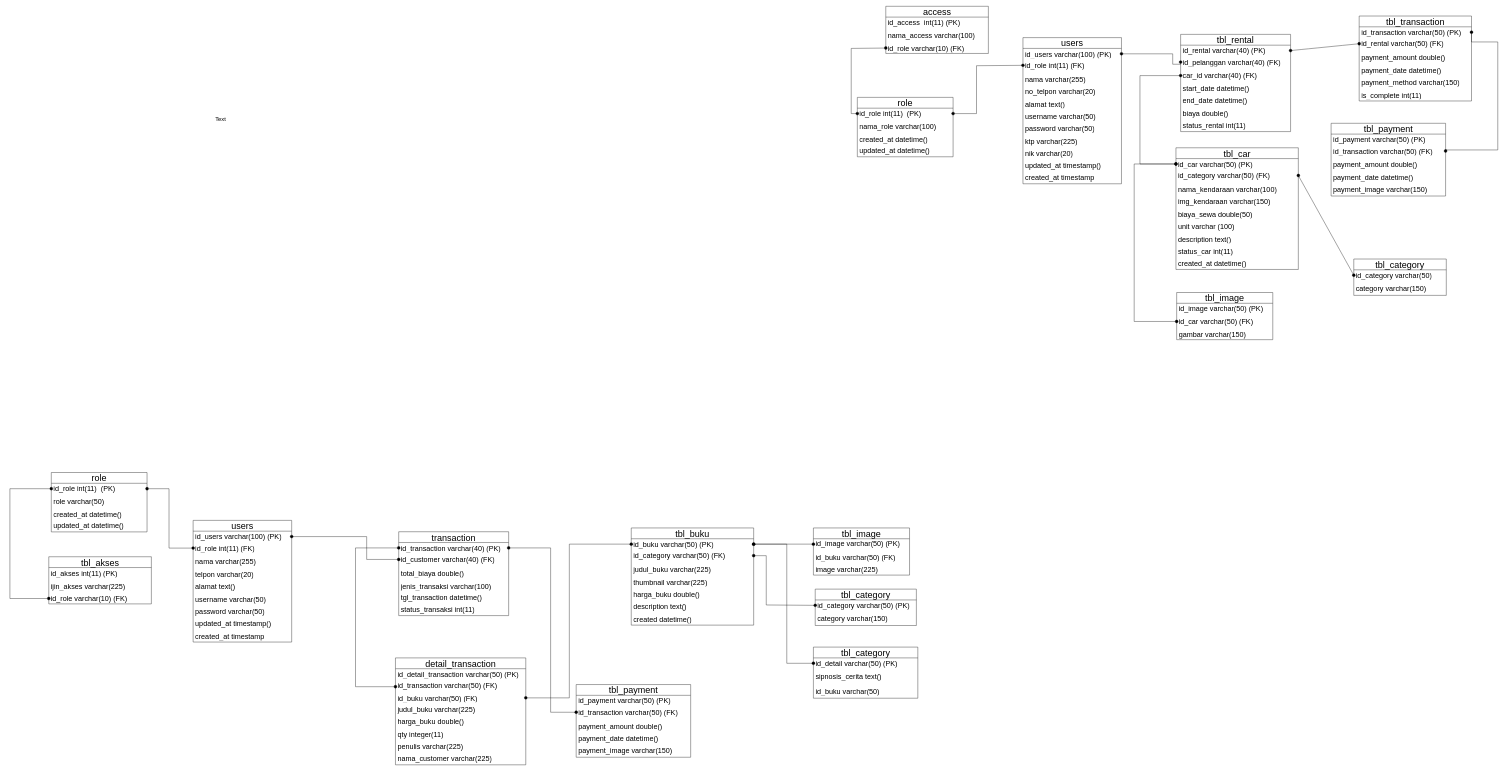
Earlier version of the draw.io diagram Mapping.drawio (Kantrawibawa10/Draw-I-O). Source tidied: cells renumbered, new cells numbered last; positions are measured from the earlier drawing's top-left corner, leaving out a move shared by most shapes. Both pictures are drawn from the tidied source at 36%, with x=0, y=0 at pixel (10, 6).
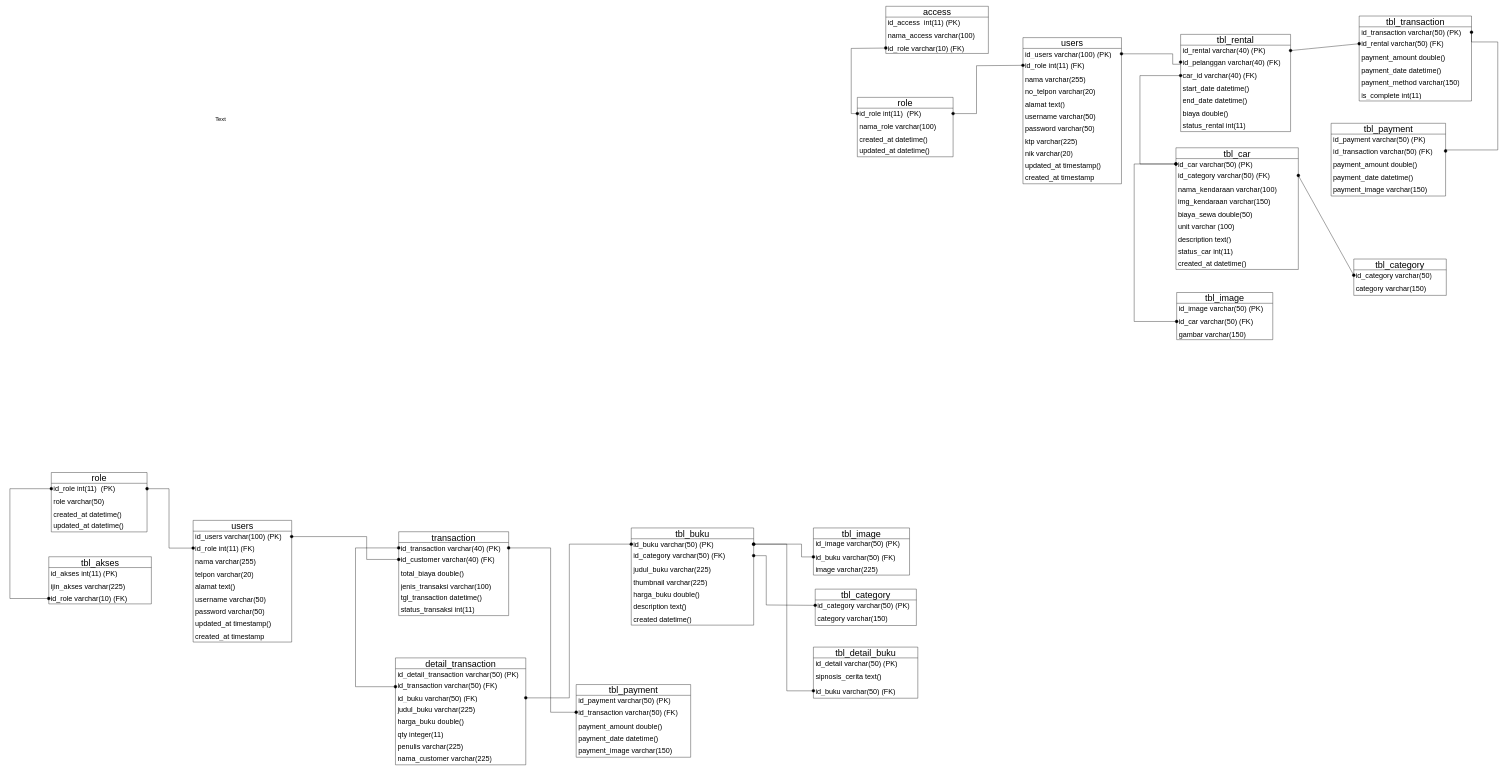
The same diagram, later.

Unchanged cells that the change refers to:
```xml
<mxCell id="114" value="&lt;font style=&quot;font-size: 20px;&quot;&gt;&lt;font style=&quot;font-size: 20px;&quot;&gt;id_buku varchar(50) (PK)&lt;/font&gt;&lt;/font&gt;" style="text;strokeColor=none;fillColor=none;align=left;verticalAlign=middle;spacingLeft=4;spacingRight=4;overflow=hidden;points=[[0,0.5],[1,0.5]];portConstraint=eastwest;whiteSpace=wrap;html=1;fontSize=16;" parent="113" vertex="1">
  <mxGeometry y="30" width="340" height="30" as="geometry" />
</mxCell>
<mxCell id="122" value="&lt;span style=&quot;font-size: 20px;&quot;&gt;id_image varchar(50) (PK)&lt;br&gt;&lt;br&gt;&lt;/span&gt;" style="text;strokeColor=none;fillColor=none;align=left;verticalAlign=middle;spacingLeft=4;spacingRight=4;overflow=hidden;points=[[0,0.5],[1,0.5]];portConstraint=eastwest;whiteSpace=wrap;html=1;fontSize=16;" parent="121" vertex="1">
  <mxGeometry y="30" width="267" height="30" as="geometry" />
</mxCell>
<mxCell id="123" value="&lt;font style=&quot;font-size: 20px;&quot;&gt;id_buku varchar(50) (FK)&lt;/font&gt;" style="text;strokeColor=none;fillColor=none;align=left;verticalAlign=middle;spacingLeft=4;spacingRight=4;overflow=hidden;points=[[0,0.5],[1,0.5]];portConstraint=eastwest;whiteSpace=wrap;html=1;fontSize=16;" parent="121" vertex="1">
  <mxGeometry y="60" width="267" height="41" as="geometry" />
</mxCell>
<mxCell id="134" value="&lt;span style=&quot;font-size: 20px;&quot;&gt;id_detail varchar(50) (PK)&lt;/span&gt;" style="text;strokeColor=none;fillColor=none;align=left;verticalAlign=middle;spacingLeft=4;spacingRight=4;overflow=hidden;points=[[0,0.5],[1,0.5]];portConstraint=eastwest;whiteSpace=wrap;html=1;fontSize=16;" parent="133" vertex="1">
  <mxGeometry y="30" width="290" height="30" as="geometry" />
</mxCell>
```

The edit, as a diff of the source:
```diff
@@
-    <mxCell id="131" style="edgeStyle=segmentEdgeStyle;endArrow=oval;html=1;curved=0;rounded=0;endSize=8;startSize=8;fontSize=12;entryX=0;entryY=0.5;entryDx=0;entryDy=0;exitX=1;exitY=0.5;exitDx=0;exitDy=0;endFill=1;startArrow=oval;startFill=1;" parent="1" edge="1" source="114" target="122">
+    <mxCell id="131" style="edgeStyle=segmentEdgeStyle;endArrow=oval;html=1;curved=0;rounded=0;endSize=8;startSize=8;fontSize=12;entryX=0;entryY=0.5;entryDx=0;entryDy=0;exitX=1;exitY=0.5;exitDx=0;exitDy=0;endFill=1;startArrow=oval;startFill=1;" parent="1" edge="1" source="114" target="123">
       <mxGeometry relative="1" as="geometry">
         <Array as="points">
-          <mxPoint x="2232" y="1494" />
+          <mxPoint x="2199" y="1494" />
+          <mxPoint x="2199" y="1529" />
         </Array>
       </mxGeometry>
     </mxCell>
@@
-    <mxCell id="133" value="&lt;font style=&quot;font-size: 25px;&quot;&gt;tbl_category&lt;/font&gt;" style="swimlane;fontStyle=0;horizontal=1;startSize=30;whiteSpace=wrap;html=1;fontSize=16;" parent="1" vertex="1">
+    <mxCell id="133" value="&lt;font style=&quot;font-size: 25px;&quot;&gt;tbl_detail_buku&lt;/font&gt;" style="swimlane;fontStyle=0;horizontal=1;startSize=30;whiteSpace=wrap;html=1;fontSize=16;" parent="1" vertex="1">
       <mxGeometry x="2232" y="1780" width="290" height="142" as="geometry" />
     </mxCell>
@@
-    <mxCell id="136" value="&lt;font style=&quot;font-size: 20px;&quot;&gt;id_buku varchar(50)&lt;/font&gt;" style="text;strokeColor=none;fillColor=none;align=left;verticalAlign=middle;spacingLeft=4;spacingRight=4;overflow=hidden;points=[[0,0.5],[1,0.5]];portConstraint=eastwest;whiteSpace=wrap;html=1;fontSize=16;" parent="133" vertex="1">
+    <mxCell id="136" value="&lt;font style=&quot;font-size: 20px;&quot;&gt;id_buku varchar(50) (FK)&lt;span style=&quot;white-space: pre;&quot;&gt;&#9;&lt;/span&gt;&lt;/font&gt;" style="text;strokeColor=none;fillColor=none;align=left;verticalAlign=middle;spacingLeft=4;spacingRight=4;overflow=hidden;points=[[0,0.5],[1,0.5]];portConstraint=eastwest;whiteSpace=wrap;html=1;fontSize=16;" parent="133" vertex="1">
       <mxGeometry y="101" width="290" height="41" as="geometry" />
     </mxCell>
-    <mxCell id="137" style="edgeStyle=segmentEdgeStyle;endArrow=oval;html=1;curved=0;rounded=0;endSize=8;startSize=8;fontSize=12;entryX=0;entryY=0.5;entryDx=0;entryDy=0;exitX=1;exitY=0.5;exitDx=0;exitDy=0;endFill=1;startArrow=oval;startFill=1;" parent="1" edge="1" source="114" target="134">
+    <mxCell id="137" style="edgeStyle=segmentEdgeStyle;endArrow=oval;html=1;curved=0;rounded=0;endSize=8;startSize=8;fontSize=12;entryX=0;entryY=0.5;entryDx=0;entryDy=0;exitX=1;exitY=0.5;exitDx=0;exitDy=0;endFill=1;startArrow=oval;startFill=1;" parent="1" edge="1" source="114" target="136">
       <mxGeometry relative="1" as="geometry">
         <Array as="points">
           <mxPoint x="2158" y="1494" />
-          <mxPoint x="2158" y="1825" />
+          <mxPoint x="2158" y="1902" />
         </Array>
       </mxGeometry>
     </mxCell>
```
